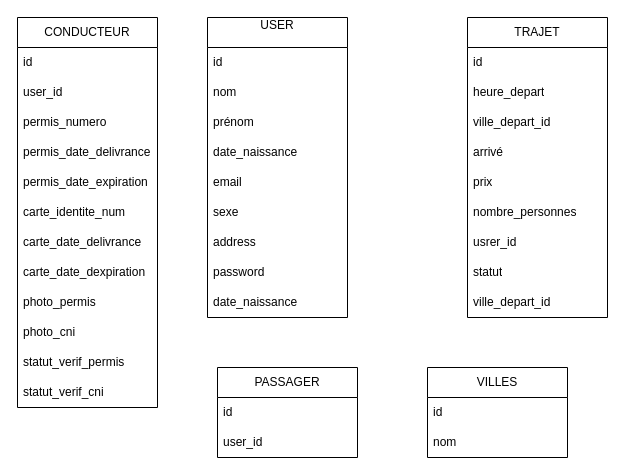
frejusnorton/voyage keeps this draw.io diagram as covoiturage.drawio. Above is the earlier version. Source tidied: cells renumbered, new cells numbered last; positions are measured from the earlier drawing's top-left corner, leaving out a move shared by most shapes. Both pictures are drawn from the tidied source at 100%, with x=0, y=0 at pixel (17, 17).
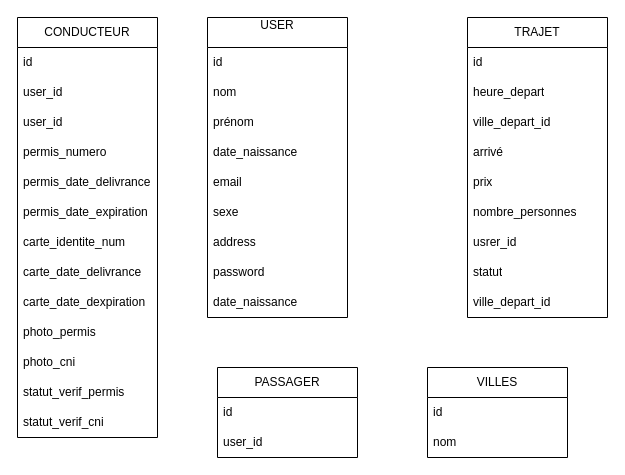
The same page after the edit.

Diff of the diagram source:
```diff
@@
     <mxCell id="2" value="CONDUCTEUR" style="swimlane;fontStyle=0;horizontal=1;startSize=30;whiteSpace=wrap;html=1;" parent="1" vertex="1">
-      <mxGeometry width="140" height="390" as="geometry" />
+      <mxGeometry width="140" height="420" as="geometry" />
     </mxCell>
@@
+    <mxCell id="41" value="user_id" style="text;strokeColor=none;fillColor=none;align=left;verticalAlign=middle;spacingLeft=4;spacingRight=4;overflow=hidden;whiteSpace=wrap;html=1;" parent="2" vertex="1">
+      <mxGeometry y="60" width="140" height="30" as="geometry" />
+    </mxCell>
     <mxCell id="4" value="user_id" style="text;strokeColor=none;fillColor=none;align=left;verticalAlign=middle;spacingLeft=4;spacingRight=4;overflow=hidden;whiteSpace=wrap;html=1;" parent="2" vertex="1">
-      <mxGeometry y="60" width="140" height="30" as="geometry" />
+      <mxGeometry y="90" width="140" height="30" as="geometry" />
     </mxCell>
     <mxCell id="5" value="permis_numero" style="text;strokeColor=none;fillColor=none;align=left;verticalAlign=middle;spacingLeft=4;spacingRight=4;overflow=hidden;whiteSpace=wrap;html=1;" parent="2" vertex="1">
-      <mxGeometry y="90" width="140" height="30" as="geometry" />
+      <mxGeometry y="120" width="140" height="30" as="geometry" />
     </mxCell>
     <mxCell id="6" value="permis_date_delivrance" style="text;strokeColor=none;fillColor=none;align=left;verticalAlign=middle;spacingLeft=4;spacingRight=4;overflow=hidden;whiteSpace=wrap;html=1;" parent="2" vertex="1">
-      <mxGeometry y="120" width="140" height="30" as="geometry" />
+      <mxGeometry y="150" width="140" height="30" as="geometry" />
     </mxCell>
     <mxCell id="7" value="permis_date_expiration" style="text;strokeColor=none;fillColor=none;align=left;verticalAlign=middle;spacingLeft=4;spacingRight=4;overflow=hidden;whiteSpace=wrap;html=1;" parent="2" vertex="1">
-      <mxGeometry y="150" width="140" height="30" as="geometry" />
+      <mxGeometry y="180" width="140" height="30" as="geometry" />
     </mxCell>
     <mxCell id="8" value="carte_identite_num" style="text;strokeColor=none;fillColor=none;align=left;verticalAlign=middle;spacingLeft=4;spacingRight=4;overflow=hidden;whiteSpace=wrap;html=1;" parent="2" vertex="1">
-      <mxGeometry y="180" width="140" height="30" as="geometry" />
+      <mxGeometry y="210" width="140" height="30" as="geometry" />
     </mxCell>
     <mxCell id="9" value="carte_date_delivrance" style="text;strokeColor=none;fillColor=none;align=left;verticalAlign=middle;spacingLeft=4;spacingRight=4;overflow=hidden;whiteSpace=wrap;html=1;" parent="2" vertex="1">
-      <mxGeometry y="210" width="140" height="30" as="geometry" />
+      <mxGeometry y="240" width="140" height="30" as="geometry" />
     </mxCell>
     <mxCell id="10" value="carte_date_dexpiration" style="text;strokeColor=none;fillColor=none;align=left;verticalAlign=middle;spacingLeft=4;spacingRight=4;overflow=hidden;whiteSpace=wrap;html=1;" parent="2" vertex="1">
-      <mxGeometry y="240" width="140" height="30" as="geometry" />
+      <mxGeometry y="270" width="140" height="30" as="geometry" />
     </mxCell>
     <mxCell id="11" value="photo_permis" style="text;strokeColor=none;fillColor=none;align=left;verticalAlign=middle;spacingLeft=4;spacingRight=4;overflow=hidden;whiteSpace=wrap;html=1;" parent="2" vertex="1">
-      <mxGeometry y="270" width="140" height="30" as="geometry" />
+      <mxGeometry y="300" width="140" height="30" as="geometry" />
     </mxCell>
     <mxCell id="12" value="photo_cni" style="text;strokeColor=none;fillColor=none;align=left;verticalAlign=middle;spacingLeft=4;spacingRight=4;overflow=hidden;whiteSpace=wrap;html=1;" parent="2" vertex="1">
-      <mxGeometry y="300" width="140" height="30" as="geometry" />
+      <mxGeometry y="330" width="140" height="30" as="geometry" />
     </mxCell>
     <mxCell id="13" value="statut_verif_permis" style="text;strokeColor=none;fillColor=none;align=left;verticalAlign=middle;spacingLeft=4;spacingRight=4;overflow=hidden;whiteSpace=wrap;html=1;" parent="2" vertex="1">
-      <mxGeometry y="330" width="140" height="30" as="geometry" />
+      <mxGeometry y="360" width="140" height="30" as="geometry" />
     </mxCell>
     <mxCell id="14" value="statut_verif_cni" style="text;strokeColor=none;fillColor=none;align=left;verticalAlign=middle;spacingLeft=4;spacingRight=4;overflow=hidden;whiteSpace=wrap;html=1;" parent="2" vertex="1">
-      <mxGeometry y="360" width="140" height="30" as="geometry" />
+      <mxGeometry y="390" width="140" height="30" as="geometry" />
     </mxCell>
```
